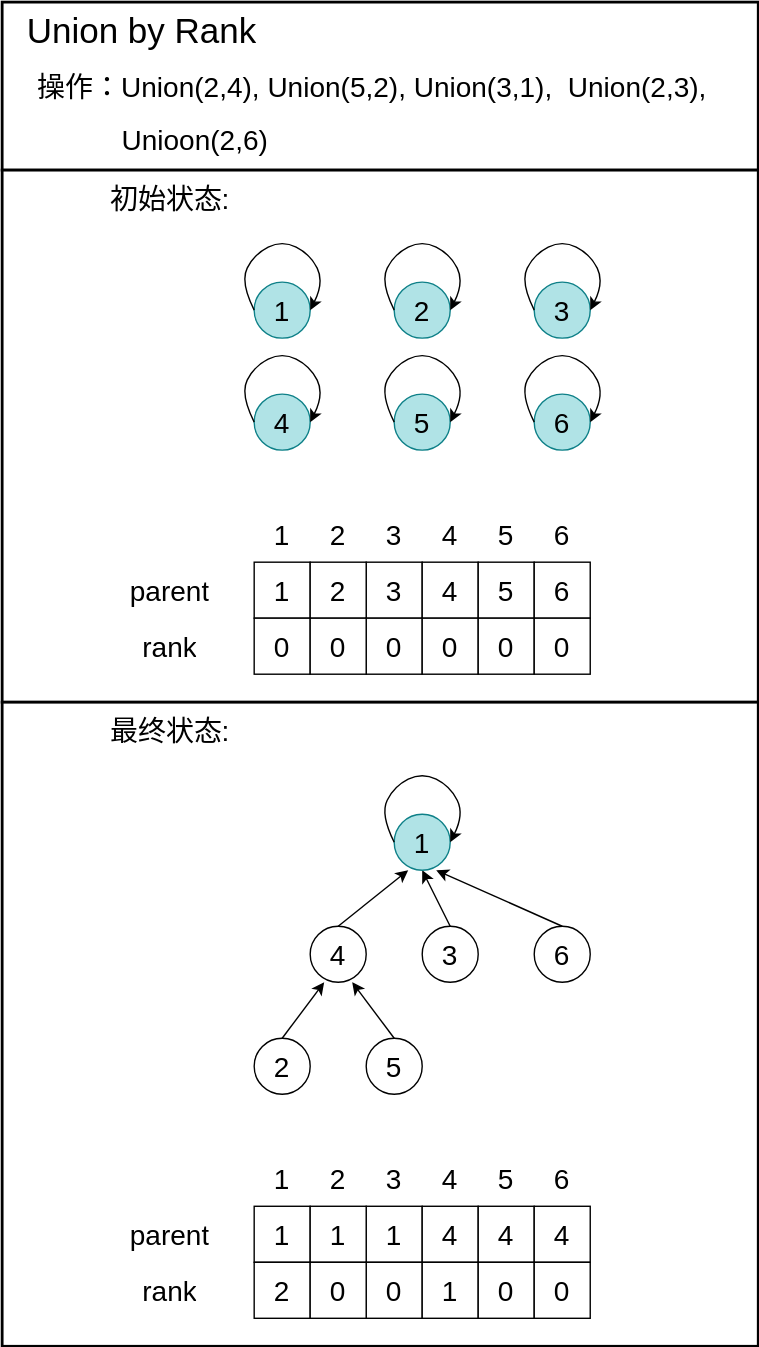
Above: Algorithms/img/DisjointSet3.svg in TBD2021/Salt-and-Computer-Science (draw.io), before the change. Source tidied: cells renumbered, new cells last; positions are measured from the earlier drawing's top-left corner, leaving out a move shared by most shapes.
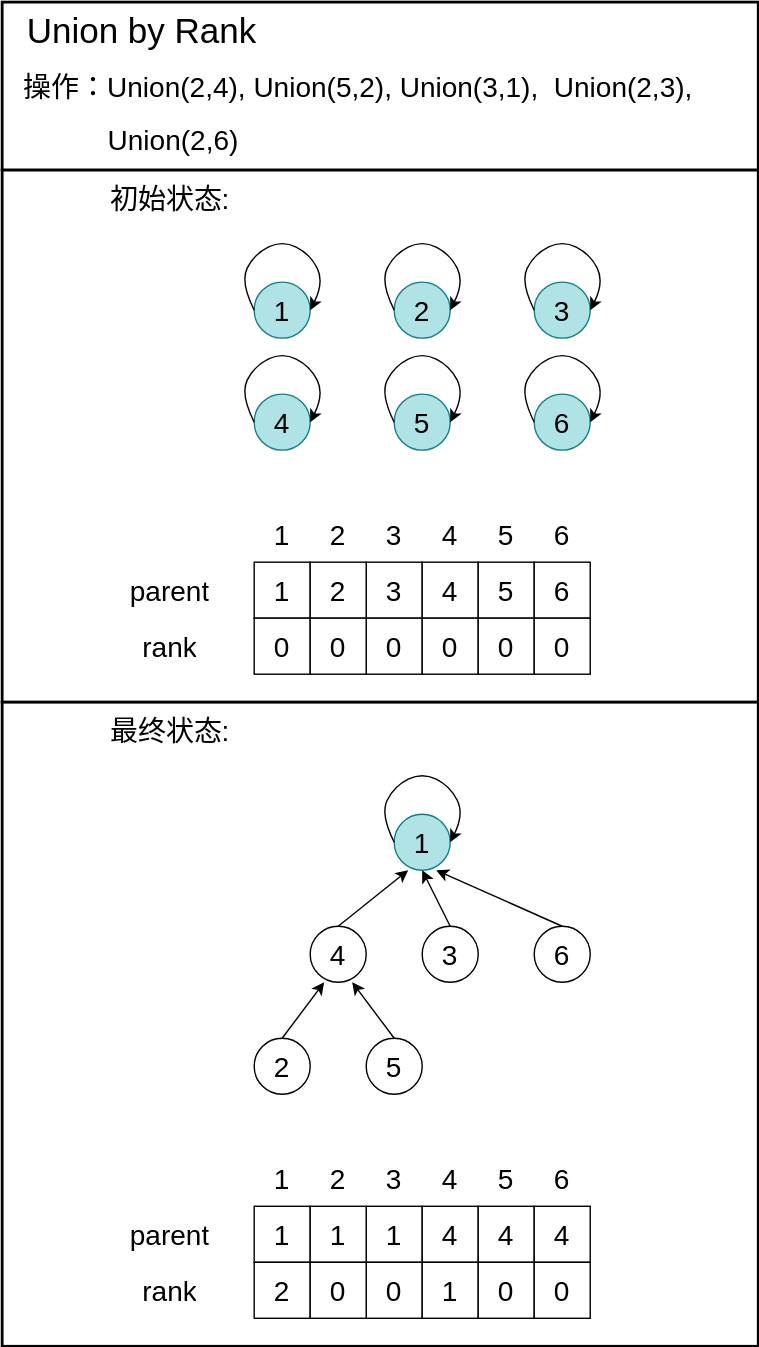
Later version of the same file.

Diff of the diagram source:
```diff
@@ -154,7 +154,7 @@
     </object>
     <object id="38" label="&lt;font style=&quot;font-size: 20px;&quot;&gt;操作：Union(2,4), Union(5,2), Union(3,1),&amp;nbsp;&amp;nbsp;&lt;font style=&quot;font-size: 20px;&quot;&gt;Union(2,3),&lt;/font&gt;&amp;nbsp;&amp;nbsp;&lt;/font&gt;" name="Variable" placeholders="1">
       <mxCell style="text;html=1;strokeColor=none;fillColor=none;align=center;verticalAlign=middle;whiteSpace=wrap;overflow=hidden;fontSize=15;" parent="1" vertex="1">
-        <mxGeometry y="40" width="540" height="40" as="geometry" />
+        <mxGeometry y="40" width="520" height="40" as="geometry" />
       </mxCell>
     </object>
     <object id="39" label="&lt;span style=&quot;font-size: 25px;&quot;&gt;Union by Rank&lt;/span&gt;" name="Variable" placeholders="1">
@@ -512,8 +512,8 @@
         </Array>
       </mxGeometry>
     </mxCell>
-    <mxCell id="116" value="Unioon(2,6)" style="text;whiteSpace=wrap;html=1;fontSize=20;align=center;" parent="1" vertex="1">
-      <mxGeometry x="52.5" y="80" width="170" height="40" as="geometry" />
+    <mxCell id="116" value="&lt;font style=&quot;font-size: 20px;&quot;&gt;Union(2,6)&lt;/font&gt;" style="text;whiteSpace=wrap;html=1;fontSize=15;align=center;" parent="1" vertex="1">
+      <mxGeometry x="65" y="80" width="115" height="40" as="geometry" />
     </mxCell>
   </root>
 </mxGraphModel>
```
